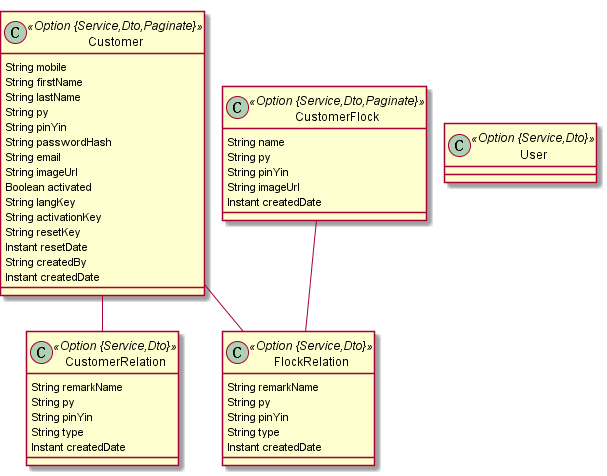
Above: docs/jdl/customer.png in dongyanghe/eikesi (PlantUML), before the change.
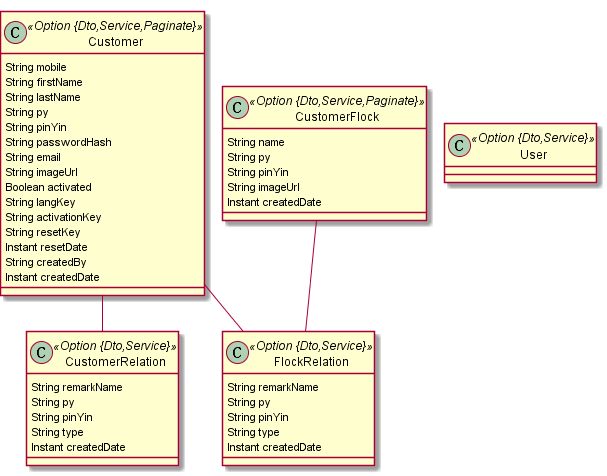
After the commit.

Diff of the diagram source:
```diff
@@ -1,28 +1,28 @@
 @startuml
 	!pragma graphviz_dot jdot
 	!pragma syntax class
-	class CustomerRelation <<Option {Service,Dto}>> {
+	class CustomerRelation <<Option {Dto,Service}>> {
 		String remarkName
 		String py
 		String pinYin
 		String type
 		Instant createdDate
 	}
-	class FlockRelation <<Option {Service,Dto}>> {
+	class FlockRelation <<Option {Dto,Service}>> {
 		String remarkName
 		String py
 		String pinYin
 		String type
 		Instant createdDate
 	}
-	class CustomerFlock <<Option {Service,Dto,Paginate}>> {
+	class CustomerFlock <<Option {Dto,Service,Paginate}>> {
 		String name
 		String py
 		String pinYin
 		String imageUrl
 		Instant createdDate
 	}
-	class Customer <<Option {Service,Dto,Paginate}>> {
+	class Customer <<Option {Dto,Service,Paginate}>> {
 		String mobile
 		String firstName
 		String lastName
@@ -42,6 +42,6 @@
 	Customer  "customerRelation(remarkName) 0..1 " --o "customer(firstName) 0..* "  CustomerRelation
 	Customer  "flockRelation(remarkName) 0..1 " --o "customer(firstName) 0..* "  FlockRelation
 	CustomerFlock  "flockRelation(remarkName) 0..1 " --o "customerFlock(name) 0..* "  FlockRelation
-	class User <<Option {Service,Dto}>> {
+	class User <<Option {Dto,Service}>> {
 	}
 @enduml
```
